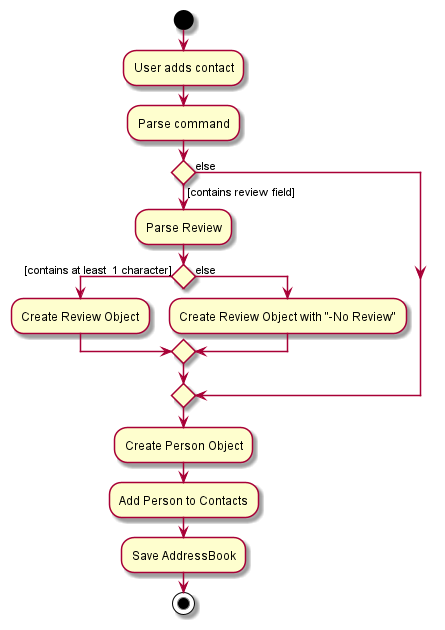
Before: docs/images/ReviewActivityDiagram.png, a diagram exported from PlantUML (nus-cs2103-AY2122S1/tp).
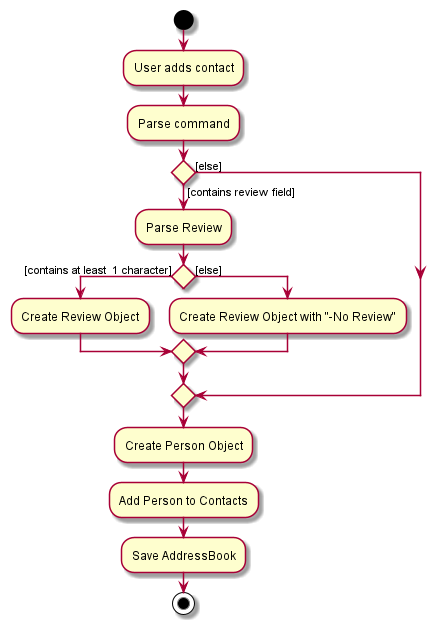
Above is the later version.

What changed in the source:
```diff
@@ -7,11 +7,11 @@
   :Parse Review;
   if () then ([contains at least  1 character])
   :Create Review Object;
-  else (else)
+  else ([else])
   :Create Review Object with "-No Review";
   endif
 
-else (else)
+else ([else])
 endif
 
 :Create Person Object;
```
